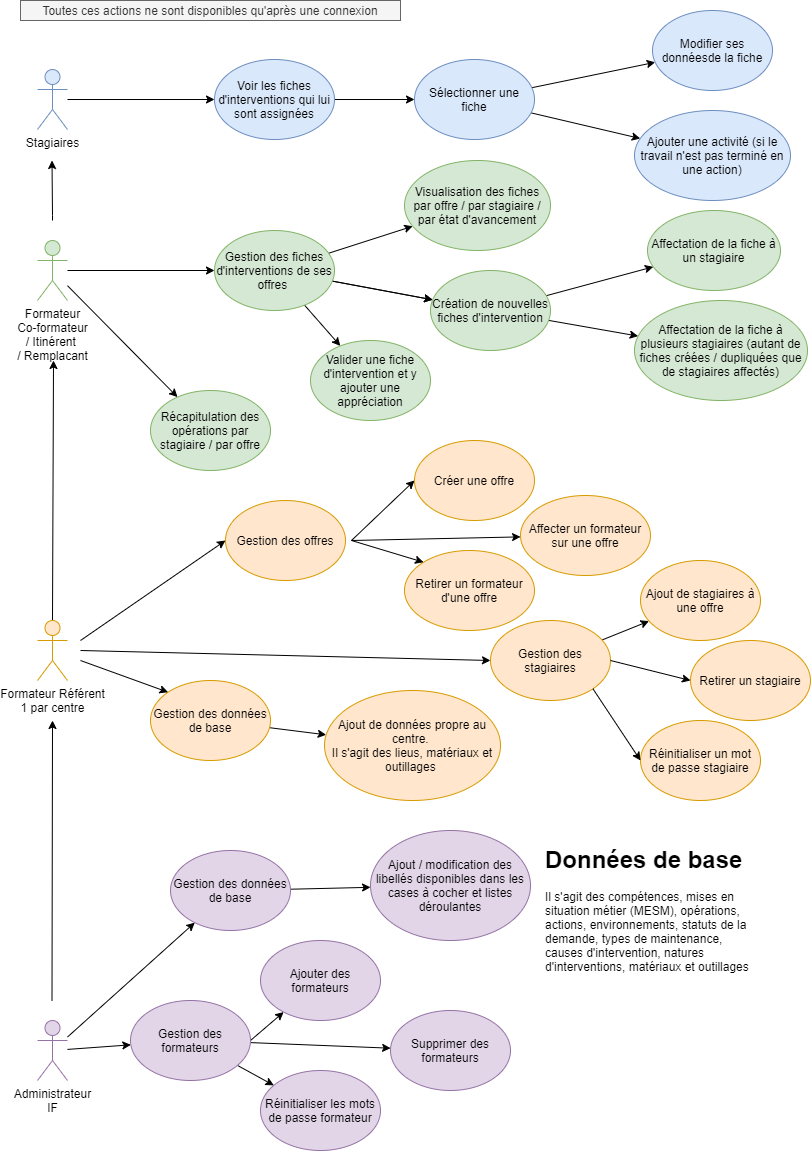
This is DOCS/useCase.png from tancraft/Stage, a draw.io export, as it was before one commit. Source tidied: cells renumbered, new cells last; positions are measured from the earlier drawing's top-left corner, leaving out a move shared by most shapes.
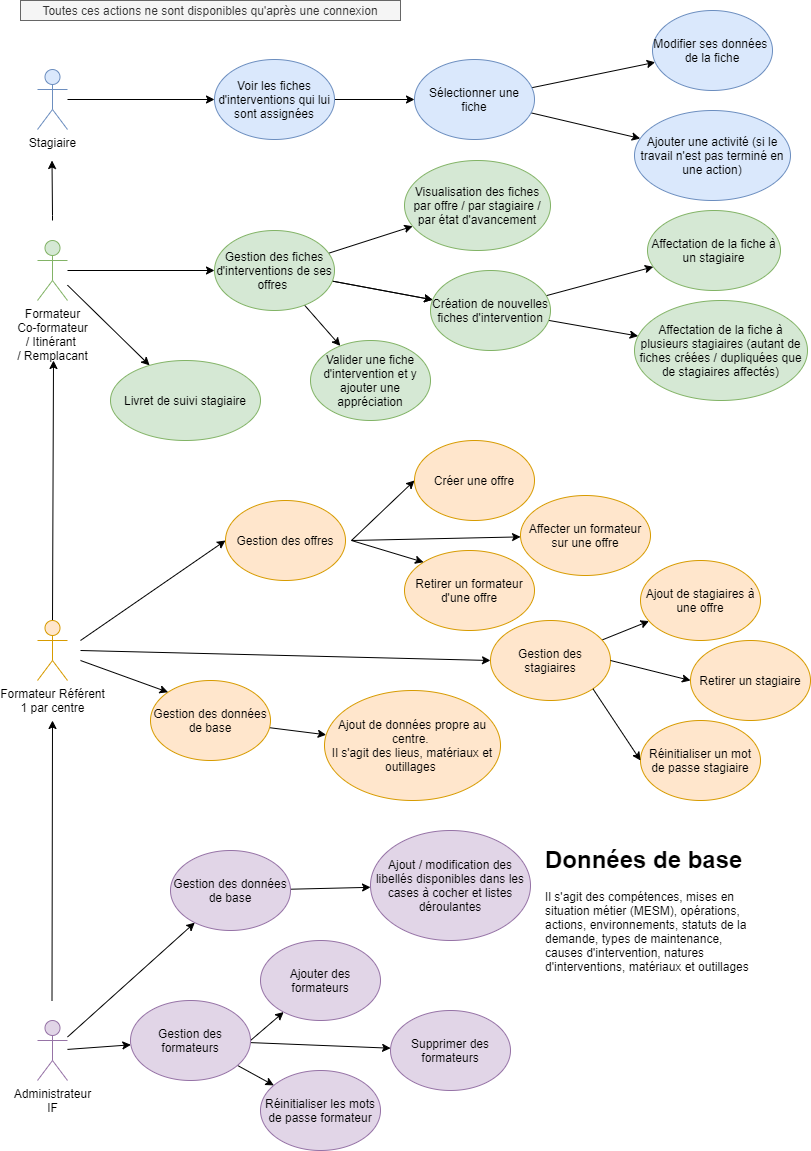
After the commit.

The edit, as a diff of the source:
```diff
@@ -14,7 +14,7 @@
     <mxCell id="3" style="edgeStyle=orthogonalEdgeStyle;rounded=0;jettySize=auto;html=1;" parent="1" edge="1" source="4" target="13">
       <mxGeometry relative="1" as="geometry" />
     </mxCell>
-    <mxCell id="4" value="Stagiaires" style="shape=umlActor;verticalLabelPosition=bottom;verticalAlign=top;html=1;outlineConnect=0;fillColor=#dae8fc;strokeColor=#6c8ebf;" parent="1" vertex="1">
+    <mxCell id="4" value="Stagiaire" style="shape=umlActor;verticalLabelPosition=bottom;verticalAlign=top;html=1;outlineConnect=0;fillColor=#dae8fc;strokeColor=#6c8ebf;" parent="1" vertex="1">
       <mxGeometry x="17" y="69" width="30" height="60" as="geometry" />
     </mxCell>
     <mxCell id="5" style="edgeStyle=none;rounded=0;jettySize=auto;html=1;" parent="1" edge="1" source="7" target="23">
@@ -23,7 +23,7 @@
     <mxCell id="6" style="edgeStyle=none;rounded=0;jettySize=auto;html=1;" parent="1" edge="1" source="7" target="47">
       <mxGeometry relative="1" as="geometry" />
     </mxCell>
-    <mxCell id="7" value="Formateur&lt;br&gt;Co-formateur&lt;br&gt;/ Itinérent &lt;br&gt;/ Remplacant" style="shape=umlActor;verticalLabelPosition=bottom;verticalAlign=top;html=1;outlineConnect=0;fillColor=#d5e8d4;strokeColor=#82b366;" parent="1" vertex="1">
+    <mxCell id="7" value="Formateur&lt;br&gt;Co-formateur&lt;br&gt;/ Itinérant &lt;br&gt;/ Remplacant" style="shape=umlActor;verticalLabelPosition=bottom;verticalAlign=top;html=1;outlineConnect=0;fillColor=#d5e8d4;strokeColor=#82b366;" parent="1" vertex="1">
       <mxGeometry x="17" y="240" width="30" height="60" as="geometry" />
     </mxCell>
     <mxCell id="8" style="edgeStyle=none;rounded=0;jettySize=auto;html=1;" parent="1" edge="1" source="10" target="51">
@@ -56,7 +56,7 @@
     <mxCell id="16" value="Sélectionner une fiche" style="ellipse;whiteSpace=wrap;html=1;fillColor=#dae8fc;strokeColor=#6c8ebf;" parent="1" vertex="1">
       <mxGeometry x="394" y="59" width="120" height="80" as="geometry" />
     </mxCell>
-    <mxCell id="17" value="Modifier ses donnéesde la fiche" style="ellipse;whiteSpace=wrap;html=1;fillColor=#dae8fc;strokeColor=#6c8ebf;" parent="1" vertex="1">
+    <mxCell id="17" value="Modifier ses données &lt;br&gt;de la fiche" style="ellipse;whiteSpace=wrap;html=1;fillColor=#dae8fc;strokeColor=#6c8ebf;" parent="1" vertex="1">
       <mxGeometry x="632" y="10" width="120" height="80" as="geometry" />
     </mxCell>
     <mxCell id="18" value="Ajouter une activité (si le travail n'est pas terminé en une action)" style="ellipse;whiteSpace=wrap;html=1;fillColor=#dae8fc;strokeColor=#6c8ebf;" parent="1" vertex="1">
@@ -158,8 +158,8 @@
     <mxCell id="46" value="Affectation de la fiche à plusieurs stagiaires (autant de fiches créées / dupliquées que de stagiaires affectés)" style="ellipse;whiteSpace=wrap;html=1;fillColor=#d5e8d4;strokeColor=#82b366;" parent="1" vertex="1">
       <mxGeometry x="614" y="300" width="173" height="100" as="geometry" />
     </mxCell>
-    <mxCell id="47" value="Récapitulation des opérations par stagiaire / par offre" style="ellipse;whiteSpace=wrap;html=1;fillColor=#d5e8d4;strokeColor=#82b366;" parent="1" vertex="1">
-      <mxGeometry x="130" y="390" width="120" height="80" as="geometry" />
+    <mxCell id="47" value="Livret de suivi stagiaire" style="ellipse;whiteSpace=wrap;html=1;fillColor=#d5e8d4;strokeColor=#82b366;" parent="1" vertex="1">
+      <mxGeometry x="90" y="360" width="150" height="80" as="geometry" />
     </mxCell>
     <mxCell id="48" style="edgeStyle=none;rounded=0;jettySize=auto;html=1;exitX=1;exitY=0.5;exitDx=0;exitDy=0;" parent="1" edge="1" source="51" target="52">
       <mxGeometry relative="1" as="geometry" />
```
